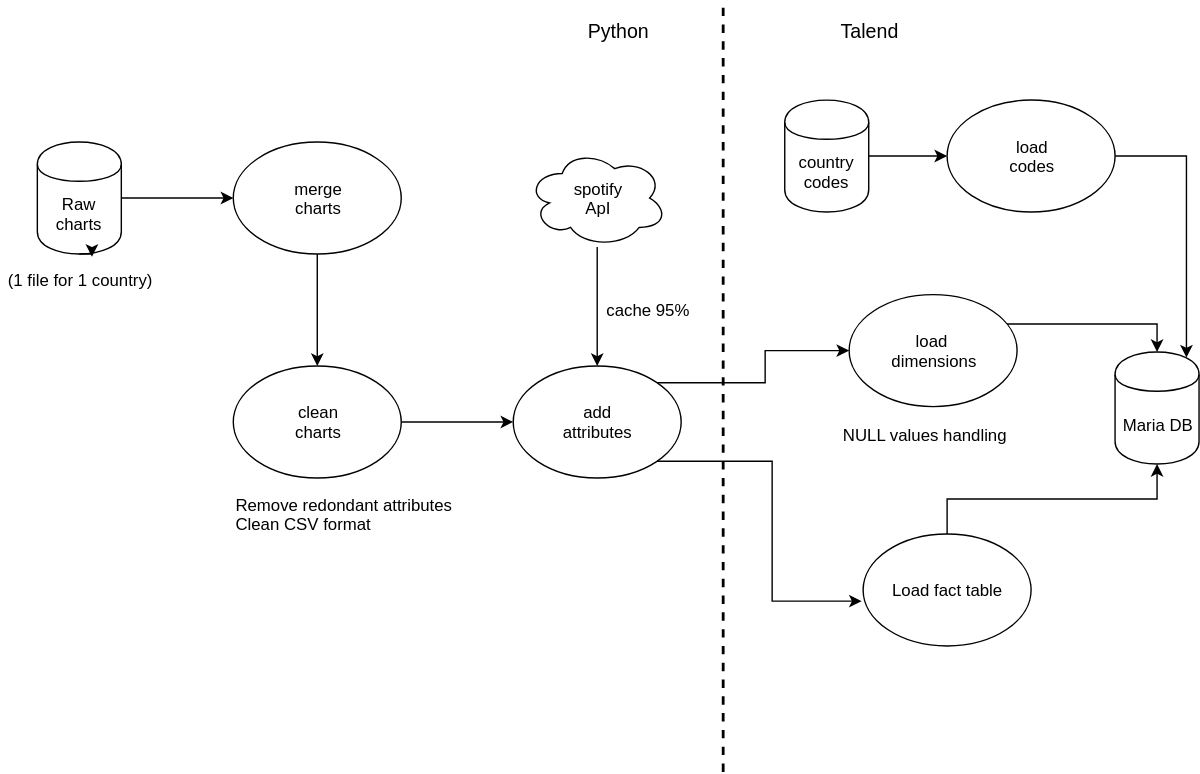
Above: figures/master_job.svg in AlexChanson/DW (draw.io), before the change. Source tidied: cells renumbered, new cells last; positions are measured from the earlier drawing's top-left corner, leaving out a move shared by most shapes.
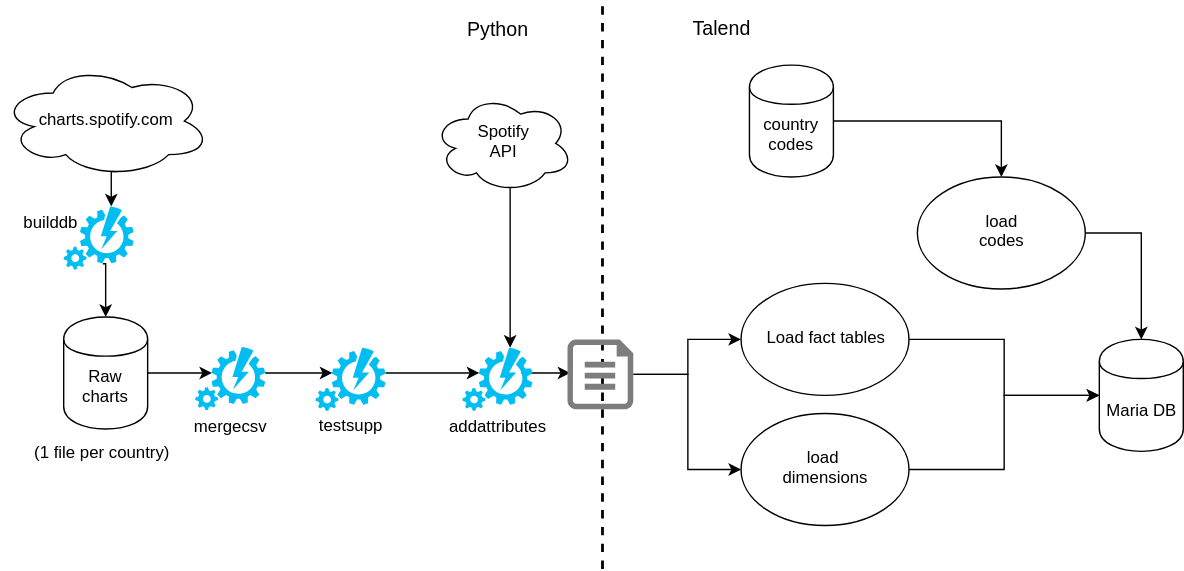
After the change.

Change to the diagram source:
```diff
@@ -2,99 +2,113 @@
   <root>
     <mxCell id="0" />
     <mxCell id="1" parent="0" />
-    <mxCell id="2" style="edgeStyle=orthogonalEdgeStyle;rounded=0;html=1;jettySize=auto;" parent="1" edge="1" source="3">
-      <mxGeometry relative="1" as="geometry">
-        <mxPoint x="166" y="140" as="targetPoint" />
-      </mxGeometry>
-    </mxCell>
+    <mxCell id="30" style="edgeStyle=orthogonalEdgeStyle;rounded=0;html=1;exitX=1;exitY=0.5;entryX=0.23;entryY=0.41;entryPerimeter=0;jettySize=auto;" parent="1" edge="1" source="3" target="37">
+      <mxGeometry relative="1" as="geometry" />
+    </mxCell>
     <mxCell id="3" value="&lt;span&gt;Raw chart&lt;/span&gt;s" style="shape=cylinder;whiteSpace=wrap;html=1;boundedLbl=1;backgroundOutline=1;" parent="1" vertex="1">
       <mxGeometry x="26" y="100" width="60" height="80" as="geometry" />
     </mxCell>
-    <mxCell id="4" value="&amp;nbsp;(1 file for 1 country)" style="text;html=1;align=left;verticalAlign=top;spacingTop=-4;" parent="1" vertex="1">
+    <mxCell id="4" value="&amp;nbsp;(1 file per country)" style="text;html=1;align=left;verticalAlign=top;spacingTop=-4;" parent="1" vertex="1">
       <mxGeometry y="189" width="120" height="20" as="geometry" />
     </mxCell>
-    <mxCell id="5" style="edgeStyle=orthogonalEdgeStyle;rounded=0;html=1;jettySize=auto;" parent="1" edge="1" source="6" target="8">
-      <mxGeometry relative="1" as="geometry" />
-    </mxCell>
-    <mxCell id="6" value="merge&lt;br&gt;charts&lt;br&gt;" style="ellipse;whiteSpace=wrap;html=1;" parent="1" vertex="1">
-      <mxGeometry x="166" y="100" width="120" height="80" as="geometry" />
-    </mxCell>
-    <mxCell id="7" style="edgeStyle=orthogonalEdgeStyle;rounded=0;html=1;jettySize=auto;" parent="1" edge="1" source="8" target="11">
-      <mxGeometry relative="1" as="geometry" />
-    </mxCell>
-    <mxCell id="8" value="clean&lt;br&gt;charts&lt;br&gt;" style="ellipse;whiteSpace=wrap;html=1;" parent="1" vertex="1">
-      <mxGeometry x="166" y="260" width="120" height="80" as="geometry" />
-    </mxCell>
-    <mxCell id="9" style="edgeStyle=orthogonalEdgeStyle;rounded=0;html=1;exitX=1;exitY=0;entryX=0;entryY=0.5;jettySize=auto;" parent="1" edge="1" source="11" target="15">
-      <mxGeometry relative="1" as="geometry" />
-    </mxCell>
-    <mxCell id="10" style="edgeStyle=orthogonalEdgeStyle;rounded=0;html=1;exitX=1;exitY=1;entryX=-0.008;entryY=0.594;entryPerimeter=0;jettySize=auto;" parent="1" edge="1" source="11" target="17">
-      <mxGeometry relative="1" as="geometry" />
-    </mxCell>
-    <mxCell id="11" value="add&lt;br&gt;attributes&lt;br&gt;" style="ellipse;whiteSpace=wrap;html=1;" parent="1" vertex="1">
-      <mxGeometry x="366" y="260" width="120" height="80" as="geometry" />
-    </mxCell>
-    <mxCell id="12" style="edgeStyle=orthogonalEdgeStyle;rounded=0;html=1;jettySize=auto;entryX=0.5;entryY=0;" parent="1" edge="1" source="13" target="11">
-      <mxGeometry relative="1" as="geometry" />
-    </mxCell>
+    <mxCell id="31" style="edgeStyle=orthogonalEdgeStyle;rounded=0;html=1;exitX=0.55;exitY=0.95;exitPerimeter=0;entryX=0.67;entryY=0;entryPerimeter=0;jettySize=auto;" parent="1" edge="1" source="13" target="41">
+      <mxGeometry relative="1" as="geometry" />
+    </mxCell>
-    <mxCell id="13" value="spotify&lt;br&gt;ApI&lt;br&gt;" style="ellipse;shape=cloud;whiteSpace=wrap;html=1;" parent="1" vertex="1">
-      <mxGeometry x="376" y="105" width="100" height="70" as="geometry" />
+    <mxCell id="13" value="Spotify&lt;br&gt;API&lt;br&gt;" style="ellipse;shape=cloud;whiteSpace=wrap;html=1;" parent="1" vertex="1">
+      <mxGeometry x="290" y="-59" width="100" height="70" as="geometry" />
     </mxCell>
-    <mxCell id="14" style="edgeStyle=orthogonalEdgeStyle;rounded=0;html=1;exitX=0.5;exitY=1;entryX=0.5;entryY=0;jettySize=auto;" parent="1" edge="1" source="15" target="18">
-      <mxGeometry relative="1" as="geometry">
-        <Array as="points">
-          <mxPoint x="666" y="230" />
-          <mxPoint x="826" y="230" />
-        </Array>
-      </mxGeometry>
+    <mxCell id="14" style="edgeStyle=orthogonalEdgeStyle;rounded=0;html=1;exitX=1;exitY=0.5;jettySize=auto;" parent="1" edge="1" source="15" target="18">
+      <mxGeometry relative="1" as="geometry" />
     </mxCell>
     <mxCell id="15" value="load&amp;nbsp;&lt;br&gt;dimensions" style="ellipse;whiteSpace=wrap;html=1;" parent="1" vertex="1">
-      <mxGeometry x="606" y="209" width="120" height="80" as="geometry" />
+      <mxGeometry x="510" y="169" width="120" height="80" as="geometry" />
     </mxCell>
-    <mxCell id="16" style="edgeStyle=orthogonalEdgeStyle;rounded=0;html=1;exitX=0.5;exitY=0;entryX=0.5;entryY=1;jettySize=auto;" parent="1" edge="1" source="17" target="18">
+    <mxCell id="16" style="edgeStyle=orthogonalEdgeStyle;rounded=0;html=1;exitX=1;exitY=0.5;entryX=0;entryY=0.5;jettySize=auto;" parent="1" edge="1" source="17" target="18">
       <mxGeometry relative="1" as="geometry" />
     </mxCell>
-    <mxCell id="17" value="Load fact table" style="ellipse;whiteSpace=wrap;html=1;" parent="1" vertex="1">
-      <mxGeometry x="616" y="380" width="120" height="80" as="geometry" />
+    <mxCell id="17" value="Load fact tables" style="ellipse;whiteSpace=wrap;html=1;" parent="1" vertex="1">
+      <mxGeometry x="510" y="76" width="120" height="80" as="geometry" />
     </mxCell>
     <mxCell id="18" value="Maria DB" style="shape=cylinder;whiteSpace=wrap;html=1;boundedLbl=1;backgroundOutline=1;" parent="1" vertex="1">
-      <mxGeometry x="796" y="250" width="60" height="80" as="geometry" />
+      <mxGeometry x="766" y="116" width="60" height="80" as="geometry" />
     </mxCell>
-    <mxCell id="19" value="Remove redondant attributes&lt;br&gt;Clean CSV format" style="text;html=1;align=left;verticalAlign=top;spacingTop=-4;" parent="1" vertex="1">
-      <mxGeometry x="166" y="350" width="170" height="30" as="geometry" />
-    </mxCell>
-    <mxCell id="20" style="edgeStyle=orthogonalEdgeStyle;rounded=0;html=1;exitX=0.5;exitY=1;entryX=0.65;entryY=1.025;entryPerimeter=0;jettySize=auto;orthogonalLoop=1;" parent="1" edge="1" source="3" target="3">
-      <mxGeometry relative="1" as="geometry" />
-    </mxCell>
-    <mxCell id="21" value="NULL values handling&lt;br&gt;" style="text;html=1;align=left;verticalAlign=top;spacingTop=-4;" parent="1" vertex="1">
-      <mxGeometry x="600" y="300" width="140" height="20" as="geometry" />
-    </mxCell>
-    <mxCell id="22" value="cache 95%" style="text;html=1;align=left;verticalAlign=top;spacingTop=-4;" parent="1" vertex="1">
-      <mxGeometry x="431" y="211" width="70" height="20" as="geometry" />
-    </mxCell>
     <mxCell id="23" style="endArrow=none;dashed=1;html=1;strokeWidth=2;" parent="1" edge="1">
       <mxGeometry relative="1" as="geometry">
-        <mxPoint x="516" y="550" as="sourcePoint" />
-        <mxPoint x="516" as="targetPoint" />
+        <mxPoint x="411" y="280" as="sourcePoint" />
+        <mxPoint x="411" y="-125" as="targetPoint" />
       </mxGeometry>
     </mxCell>
     <mxCell id="24" value="&lt;font style=&quot;font-size: 14px&quot;&gt;Python&lt;/font&gt;" style="text;html=1;strokeColor=none;fillColor=none;align=center;verticalAlign=middle;whiteSpace=wrap;rounded=0;" parent="1" vertex="1">
-      <mxGeometry x="421" y="10" width="40" height="20" as="geometry" />
+      <mxGeometry x="316" y="-114" width="40" height="20" as="geometry" />
     </mxCell>
     <mxCell id="25" value="&lt;font style=&quot;font-size: 14px&quot;&gt;Talend&lt;/font&gt;" style="text;html=1;strokeColor=none;fillColor=none;align=center;verticalAlign=middle;whiteSpace=wrap;rounded=0;" parent="1" vertex="1">
-      <mxGeometry x="600" y="10" width="40" height="20" as="geometry" />
+      <mxGeometry x="476" y="-115" width="40" height="20" as="geometry" />
     </mxCell>
-    <mxCell id="26" style="edgeStyle=orthogonalEdgeStyle;rounded=0;html=1;exitX=1;exitY=0.5;jettySize=auto;" parent="1" edge="1" source="27" target="29">
+    <mxCell id="26" style="edgeStyle=orthogonalEdgeStyle;rounded=0;html=1;exitX=1;exitY=0.5;entryX=0.5;entryY=0;jettySize=auto;" parent="1" edge="1" source="27" target="29">
       <mxGeometry relative="1" as="geometry" />
     </mxCell>
     <mxCell id="27" value="country codes" style="shape=cylinder;whiteSpace=wrap;html=1;boundedLbl=1;backgroundOutline=1;" parent="1" vertex="1">
-      <mxGeometry x="560" y="70" width="60" height="80" as="geometry" />
+      <mxGeometry x="516" y="-80" width="60" height="80" as="geometry" />
     </mxCell>
-    <mxCell id="28" style="edgeStyle=orthogonalEdgeStyle;rounded=0;html=1;exitX=1;exitY=0.5;entryX=0.85;entryY=0.05;entryPerimeter=0;jettySize=auto;" parent="1" edge="1" source="29" target="18">
+    <mxCell id="28" style="edgeStyle=orthogonalEdgeStyle;rounded=0;html=1;exitX=1;exitY=0.5;entryX=0.5;entryY=0;jettySize=auto;" parent="1" edge="1" source="29" target="18">
       <mxGeometry relative="1" as="geometry" />
     </mxCell>
     <mxCell id="29" value="&lt;div&gt;load&lt;/div&gt;&lt;div&gt;codes&lt;br&gt;&lt;/div&gt;" style="ellipse;whiteSpace=wrap;html=1;" parent="1" vertex="1">
-      <mxGeometry x="676" y="70" width="120" height="80" as="geometry" />
+      <mxGeometry x="636" width="120" height="80" as="geometry" />
     </mxCell>
+    <mxCell id="32" style="edgeStyle=orthogonalEdgeStyle;rounded=0;html=1;exitX=0.55;exitY=0.95;exitPerimeter=0;entryX=0.67;entryY=0;entryPerimeter=0;jettySize=auto;" parent="1" edge="1" source="33" target="35">
+      <mxGeometry relative="1" as="geometry" />
+    </mxCell>
+    <mxCell id="33" value="charts.spotify.com" style="ellipse;shape=cloud;whiteSpace=wrap;html=1;" parent="1" vertex="1">
+      <mxGeometry x="-19" y="-80" width="150" height="80" as="geometry" />
+    </mxCell>
+    <mxCell id="34" style="edgeStyle=orthogonalEdgeStyle;rounded=0;html=1;exitX=0.55;exitY=0.9;exitPerimeter=0;entryX=0.5;entryY=0;jettySize=auto;" parent="1" edge="1" source="35" target="3">
+      <mxGeometry relative="1" as="geometry" />
+    </mxCell>
+    <mxCell id="35" style="verticalLabelPosition=bottom;html=1;verticalAlign=top;align=center;strokeColor=none;fillColor=#00BEF2;shape=mxgraph.azure.automation;" parent="1" vertex="1">
+      <mxGeometry x="26" y="21" width="50" height="45" as="geometry" />
+    </mxCell>
+    <mxCell id="36" style="edgeStyle=orthogonalEdgeStyle;rounded=0;html=1;exitX=1;exitY=0.41;exitPerimeter=0;entryX=0.23;entryY=0.41;entryPerimeter=0;jettySize=auto;" parent="1" edge="1" source="37" target="39">
+      <mxGeometry relative="1" as="geometry" />
+    </mxCell>
+    <mxCell id="37" style="verticalLabelPosition=bottom;html=1;verticalAlign=top;align=center;strokeColor=none;fillColor=#00BEF2;shape=mxgraph.azure.automation;" parent="1" vertex="1">
+      <mxGeometry x="120" y="121.5" width="50" height="45" as="geometry" />
+    </mxCell>
+    <mxCell id="38" style="edgeStyle=orthogonalEdgeStyle;rounded=0;html=1;exitX=1;exitY=0.41;exitPerimeter=0;entryX=0.23;entryY=0.41;entryPerimeter=0;jettySize=auto;" parent="1" edge="1" source="39" target="41">
+      <mxGeometry relative="1" as="geometry" />
+    </mxCell>
+    <mxCell id="39" style="verticalLabelPosition=bottom;html=1;verticalAlign=top;align=center;strokeColor=none;fillColor=#00BEF2;shape=mxgraph.azure.automation;" parent="1" vertex="1">
+      <mxGeometry x="206" y="122" width="50" height="45" as="geometry" />
+    </mxCell>
+    <mxCell id="40" style="edgeStyle=orthogonalEdgeStyle;rounded=0;html=1;exitX=1;exitY=0.41;exitPerimeter=0;jettySize=auto;orthogonalLoop=1;entryX=0.213;entryY=0.48;entryPerimeter=0;" parent="1" edge="1">
+      <mxGeometry relative="1" as="geometry">
+        <mxPoint x="353" y="140" as="sourcePoint" />
+        <mxPoint x="388" y="140" as="targetPoint" />
+      </mxGeometry>
+    </mxCell>
+    <mxCell id="41" style="verticalLabelPosition=bottom;html=1;verticalAlign=top;align=center;strokeColor=none;fillColor=#00BEF2;shape=mxgraph.azure.automation;" parent="1" vertex="1">
+      <mxGeometry x="311" y="122" width="50" height="45" as="geometry" />
+    </mxCell>
+    <mxCell id="42" style="edgeStyle=orthogonalEdgeStyle;rounded=0;html=1;exitX=1;exitY=0.5;exitPerimeter=0;entryX=0;entryY=0.5;jettySize=auto;" parent="1" edge="1" source="44" target="17">
+      <mxGeometry relative="1" as="geometry" />
+    </mxCell>
+    <mxCell id="43" style="edgeStyle=orthogonalEdgeStyle;rounded=0;html=1;exitX=1;exitY=0.5;exitPerimeter=0;entryX=0;entryY=0.5;jettySize=auto;" parent="1" edge="1" source="44" target="15">
+      <mxGeometry relative="1" as="geometry" />
+    </mxCell>
+    <mxCell id="44" style="shadow=0;dashed=0;html=1;strokeColor=none;labelPosition=center;verticalLabelPosition=bottom;verticalAlign=top;align=center;shape=mxgraph.azure.file;fillColor=#7D7D7D;" parent="1" vertex="1">
+      <mxGeometry x="386" y="116" width="47" height="50" as="geometry" />
+    </mxCell>
+    <mxCell id="45" value="builddb" style="text;html=1;strokeColor=none;fillColor=none;align=center;verticalAlign=middle;whiteSpace=wrap;rounded=0;" parent="1" vertex="1">
+      <mxGeometry x="-4" y="23.5" width="40" height="20" as="geometry" />
+    </mxCell>
+    <mxCell id="46" value="mergecsv" style="text;html=1;strokeColor=none;fillColor=none;align=center;verticalAlign=middle;whiteSpace=wrap;rounded=0;" parent="1" vertex="1">
+      <mxGeometry x="125" y="170" width="40" height="20" as="geometry" />
+    </mxCell>
+    <mxCell id="47" value="testsupp" style="text;html=1;strokeColor=none;fillColor=none;align=center;verticalAlign=middle;whiteSpace=wrap;rounded=0;" parent="1" vertex="1">
+      <mxGeometry x="211" y="169" width="40" height="20" as="geometry" />
+    </mxCell>
+    <mxCell id="48" value="addattributes" style="text;html=1;strokeColor=none;fillColor=none;align=center;verticalAlign=middle;whiteSpace=wrap;rounded=0;" parent="1" vertex="1">
+      <mxGeometry x="316" y="170" width="40" height="20" as="geometry" />
+    </mxCell>
   </root>
 </mxGraphModel>
```
